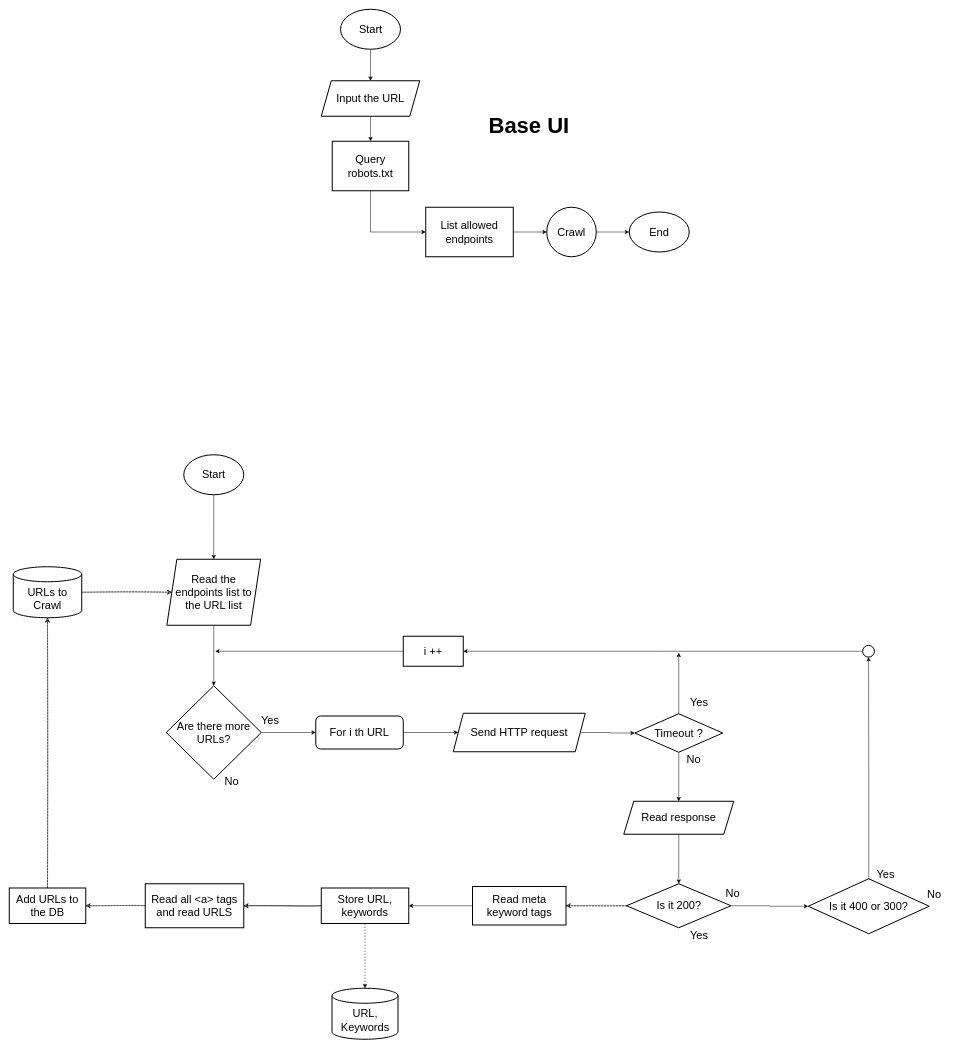
Before: sketches/base flows.drawio in Altier-Tech/creepy-crawly, a draw.io diagram. Source tidied: cells renumbered, new cells numbered last; positions are measured from the earlier drawing's top-left corner, leaving out a move shared by most shapes. Both pictures are drawn from the tidied source at 50%, with x=0, y=0 at pixel (9, 9).
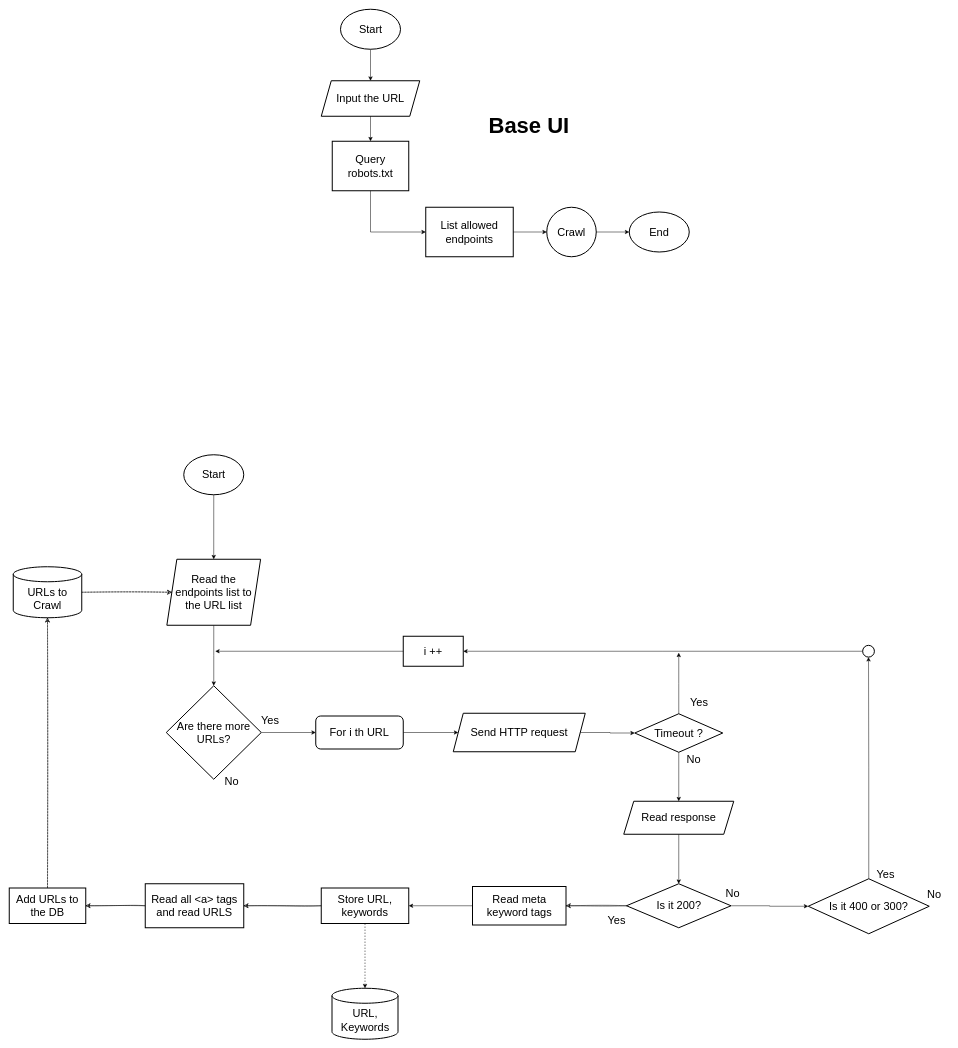
The same diagram, later.

Unchanged cells that the change refers to:
```xml
<mxCell id="48" style="group;" parent="1" vertex="1">
  <mxGeometry x="1234.5" y="1749" width="242.5" height="118" as="geometry" />
</mxCell>
<mxCell id="49" style="group;" parent="48" vertex="1">
  <mxGeometry width="242.5" height="88" as="geometry" />
</mxCell>
<mxCell id="50" value="Is it 200?" style="rhombus;whiteSpace=wrap;html=1;fontSize=22;strokeWidth=2;" parent="49" vertex="1">
  <mxGeometry width="209" height="88" as="geometry" />
</mxCell>
<mxCell id="55" value="Read meta keyword tags" style="rounded=0;whiteSpace=wrap;html=1;strokeWidth=2;fontSize=22;" parent="1" vertex="1">
  <mxGeometry x="926.5" y="1754.5" width="187" height="77" as="geometry" />
</mxCell>
<mxCell id="61" value="Read all &amp;lt;a&amp;gt; tags and read URLS" style="rounded=0;whiteSpace=wrap;html=1;strokeWidth=2;fontSize=22;" parent="1" vertex="1">
  <mxGeometry x="272" y="1749" width="197" height="88" as="geometry" />
</mxCell>
<mxCell id="65" value="Add URLs to the DB" style="rounded=0;whiteSpace=wrap;html=1;strokeWidth=2;fontSize=22;" parent="1" vertex="1">
  <mxGeometry y="1757.5" width="153" height="71" as="geometry" />
</mxCell>
```

Change to the diagram source:
```diff
@@
-    <mxCell id="52" value="&lt;font style=&quot;font-size: 22px;&quot;&gt;Yes&lt;/font&gt;" style="text;html=1;strokeColor=none;fillColor=none;align=center;verticalAlign=middle;whiteSpace=wrap;rounded=0;fontSize=22;" parent="48" vertex="1">
-      <mxGeometry x="115.5" y="88" width="60" height="30" as="geometry" />
+    <mxCell id="52" value="&lt;font style=&quot;font-size: 22px;&quot;&gt;Yes&lt;/font&gt;" style="text;html=1;strokeColor=none;fillColor=none;align=center;verticalAlign=middle;whiteSpace=wrap;rounded=0;fontSize=22;" parent="49" vertex="1">
+      <mxGeometry x="-49.5" y="58" width="60" height="30" as="geometry" />
     </mxCell>
@@
-    <mxCell id="60" style="edgeStyle=orthogonalEdgeStyle;rounded=0;sketch=1;jettySize=auto;html=1;entryX=1;entryY=0.5;entryDx=0;entryDy=0;dashed=1;strokeColor=default;fontSize=22;" parent="1" edge="1" source="61" target="65">
+    <mxCell id="60" style="edgeStyle=orthogonalEdgeStyle;rounded=0;sketch=1;jettySize=auto;html=1;entryX=1;entryY=0.5;entryDx=0;entryDy=0;strokeColor=default;fontSize=22;" parent="1" edge="1" source="61" target="65">
       <mxGeometry relative="1" as="geometry" />
     </mxCell>
@@
-    <mxCell id="66" style="edgeStyle=orthogonalEdgeStyle;rounded=0;sketch=1;jettySize=auto;html=1;entryX=1;entryY=0.5;entryDx=0;entryDy=0;dashed=1;strokeColor=default;fontSize=22;" parent="1" edge="1" source="50" target="55">
+    <mxCell id="66" style="edgeStyle=orthogonalEdgeStyle;rounded=0;sketch=1;jettySize=auto;html=1;entryX=1;entryY=0.5;entryDx=0;entryDy=0;strokeColor=default;fontSize=22;" parent="1" edge="1" source="50" target="55">
       <mxGeometry relative="1" as="geometry" />
     </mxCell>
```
